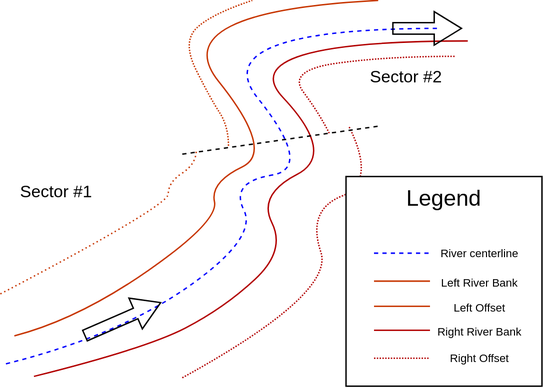
This is Models/RBSB/RBSB_diagram.drawio.svg from gianfrancodp/qgis-riverbanks-tools, a draw.io export, as it was before one commit. Source tidied: cells renumbered, new cells last; positions are measured from the earlier drawing's top-left corner, leaving out a move shared by most shapes.
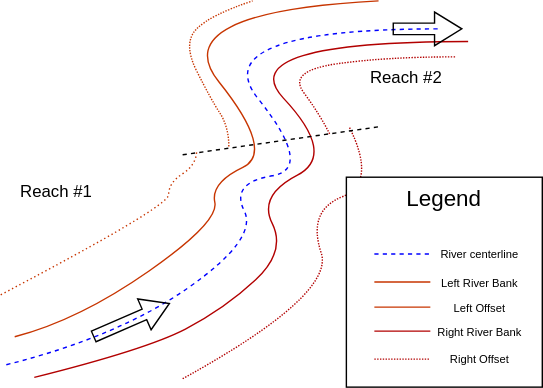
The same diagram one commit later.

What changed in the source:
```diff
@@ -55,8 +55,8 @@
     </mxCell>
     <mxCell id="6" style="shape=flexArrow;endArrow=classic;html=1;rounded=0;width=8.205128205128206;endSize=6.164102564102564;endWidth=14.766600920447075;" parent="1" edge="1">
       <mxGeometry relative="1" as="geometry">
-        <mxPoint x="60" y="240" as="sourcePoint" />
-        <mxPoint x="115" y="216" as="targetPoint" />
+        <mxPoint x="66" y="240" as="sourcePoint" />
+        <mxPoint x="121" y="216" as="targetPoint" />
       </mxGeometry>
     </mxCell>
     <mxCell id="7" style="endArrow=none;dashed=1;html=1;rounded=0;" parent="1" edge="1">
@@ -88,10 +88,10 @@
         </Array>
       </mxGeometry>
     </mxCell>
-    <mxCell id="10" value="Sector #1" style="text;html=1;align=center;verticalAlign=middle;whiteSpace=wrap;rounded=0;fillColor=default;" parent="1" vertex="1">
+    <mxCell id="10" value="Reach #1" style="text;html=1;align=center;verticalAlign=middle;whiteSpace=wrap;rounded=0;fillColor=default;" parent="1" vertex="1">
       <mxGeometry x="10" y="122" width="60" height="30" as="geometry" />
     </mxCell>
-    <mxCell id="11" value="Sector #2" style="text;html=1;align=center;verticalAlign=middle;whiteSpace=wrap;rounded=0;fillColor=default;" parent="1" vertex="1">
+    <mxCell id="11" value="Reach #2" style="text;html=1;align=center;verticalAlign=middle;whiteSpace=wrap;rounded=0;fillColor=default;" parent="1" vertex="1">
       <mxGeometry x="260" y="40" width="60" height="30" as="geometry" />
     </mxCell>
     <mxCell id="12" style="shape=flexArrow;endArrow=classic;html=1;rounded=0;width=8.205128205128206;endSize=6.164102564102564;endWidth=14.766600920447075;" parent="1" edge="1">
```
